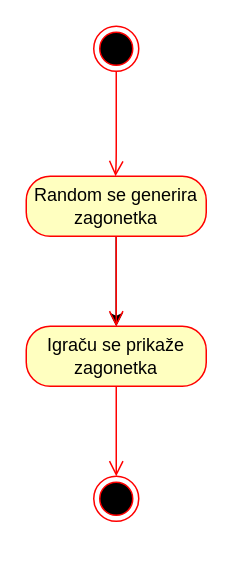
Lkrsticev/IgraVjesala keeps this draw.io diagram as page "Activity: Generiranje zagonetki" (4 of 12) of dijagram.drawio. Above is the earlier version. Source tidied: cells renumbered, new cells numbered last; positions are measured from the earlier drawing's top-left corner, leaving out a move shared by most shapes. Both pictures are drawn from the tidied source at 150%, with x=0, y=0 at pixel (26, 26).
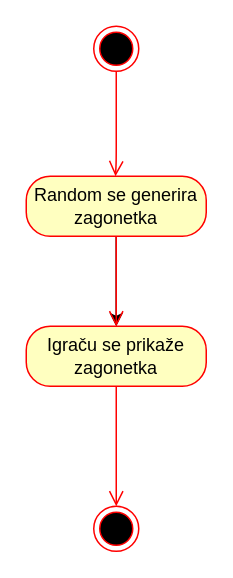
Above is the later version.

What changed in the source:
```diff
@@
 <mxGraphModel>
   <root>
     <mxCell id="0" />
     <mxCell id="1" parent="0" />
     <mxCell id="2" style="ellipse;html=1;shape=endState;fillColor=#000000;strokeColor=#ff0000;" parent="1" vertex="1">
       <mxGeometry x="45" width="30" height="30" as="geometry" />
     </mxCell>
     <mxCell id="3" style="edgeStyle=orthogonalEdgeStyle;rounded=0;jettySize=auto;html=1;" parent="1" edge="1" source="4" target="6">
       <mxGeometry relative="1" as="geometry" />
     </mxCell>
     <mxCell id="4" value="Random se generira zagonetka" style="rounded=1;whiteSpace=wrap;html=1;arcSize=40;fontColor=#000000;fillColor=#ffffc0;strokeColor=#ff0000;" parent="1" vertex="1">
       <mxGeometry y="100" width="120" height="40" as="geometry" />
     </mxCell>
     <mxCell id="5" style="edgeStyle=orthogonalEdgeStyle;html=1;verticalAlign=bottom;endArrow=open;endSize=8;strokeColor=#ff0000;" parent="1" edge="1" source="4">
       <mxGeometry relative="1" as="geometry">
         <mxPoint x="60" y="200" as="targetPoint" />
         <Array as="points">
           <mxPoint x="60" y="190" />
         </Array>
       </mxGeometry>
     </mxCell>
     <mxCell id="6" value="Igraču se prikaže zagonetka" style="rounded=1;whiteSpace=wrap;html=1;arcSize=40;fontColor=#000000;fillColor=#ffffc0;strokeColor=#ff0000;" parent="1" vertex="1">
       <mxGeometry y="200" width="120" height="40" as="geometry" />
     </mxCell>
-    <mxCell id="7" style="edgeStyle=orthogonalEdgeStyle;html=1;verticalAlign=bottom;endArrow=open;endSize=8;strokeColor=#ff0000;" parent="1" edge="1" source="6">
-      <mxGeometry relative="1" as="geometry">
-        <mxPoint x="60" y="300" as="targetPoint" />
-      </mxGeometry>
+    <mxCell id="7" style="edgeStyle=orthogonalEdgeStyle;html=1;verticalAlign=bottom;endArrow=open;endSize=8;strokeColor=#ff0000;entryX=0.5;entryY=0;entryDx=0;entryDy=0;" parent="1" edge="1" source="6" target="8">
+      <mxGeometry relative="1" as="geometry" />
     </mxCell>
     <mxCell id="8" style="ellipse;html=1;shape=endState;fillColor=#000000;strokeColor=#ff0000;" parent="1" vertex="1">
-      <mxGeometry x="45" y="300" width="30" height="30" as="geometry" />
+      <mxGeometry x="45" y="320" width="30" height="30" as="geometry" />
     </mxCell>
     <mxCell id="9" style="edgeStyle=orthogonalEdgeStyle;html=1;verticalAlign=bottom;endArrow=open;endSize=8;strokeColor=#ff0000;exitX=0.5;exitY=1;exitDx=0;exitDy=0;" parent="1" edge="1" source="2">
       <mxGeometry relative="1" as="geometry">
         <mxPoint x="59.5" y="100" as="targetPoint" />
         <Array as="points">
           <mxPoint x="60" y="90" />
         </Array>
       </mxGeometry>
     </mxCell>
   </root>
 </mxGraphModel>
```
